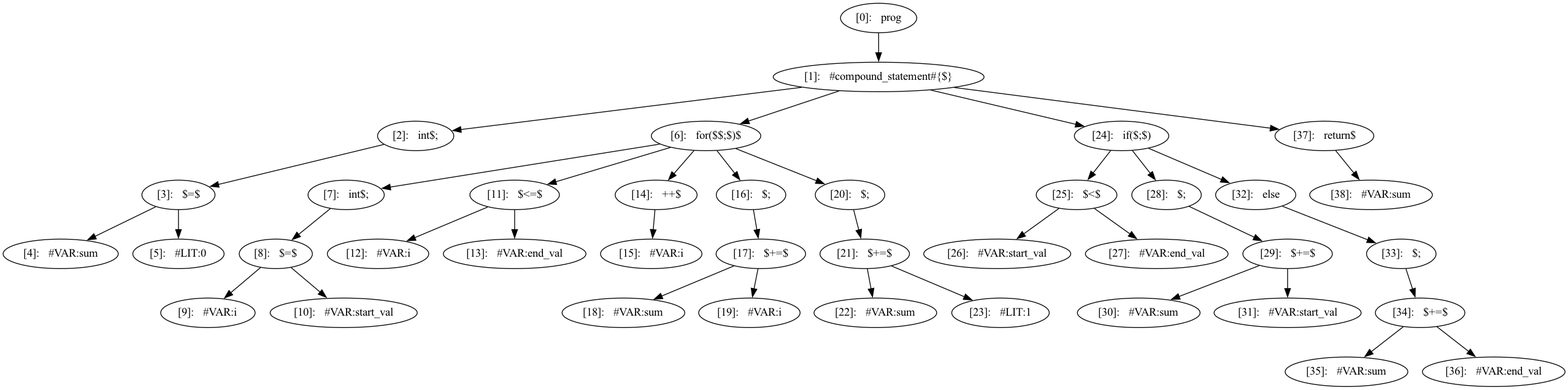
Earlier version of the Graphviz export cass.png (deryaerman/DIA-System-DS-Plagiarism-Checker-GIT). Its source is kept beside it as cass.dot. The source it was exported from:
```dot
digraph cass {
  node [shape=ellipse];
  n0 [label="[0]:   prog"];
  n1 [label="[1]:   #compound_statement#{$}"];
  n0 -> n1;
  n2 [label="[2]:   int$;"];
  n1 -> n2;
  n3 [label="[3]:   $=$"];
  n2 -> n3;
  n4 [label="[4]:   #VAR:sum"];
  n3 -> n4;
  n5 [label="[5]:   #LIT:0"];
  n3 -> n5;
  n6 [label="[6]:   for($$;$)$"];
  n1 -> n6;
  n7 [label="[7]:   int$;"];
  n6 -> n7;
  n8 [label="[8]:   $=$"];
  n7 -> n8;
  n9 [label="[9]:   #VAR:i"];
  n8 -> n9;
  n10 [label="[10]:   #VAR:start_val"];
  n8 -> n10;
  n11 [label="[11]:   $<=$"];
  n6 -> n11;
  n12 [label="[12]:   #VAR:i"];
  n11 -> n12;
  n13 [label="[13]:   #VAR:end_val"];
  n11 -> n13;
  n14 [label="[14]:   ++$"];
  n6 -> n14;
  n15 [label="[15]:   #VAR:i"];
  n14 -> n15;
  n16 [label="[16]:   $;"];
  n6 -> n16;
  n17 [label="[17]:   $+=$"];
  n16 -> n17;
  n18 [label="[18]:   #VAR:sum"];
  n17 -> n18;
  n19 [label="[19]:   #VAR:i"];
  n17 -> n19;
  n20 [label="[20]:   $;"];
  n6 -> n20;
  n21 [label="[21]:   $+=$"];
  n20 -> n21;
  n22 [label="[22]:   #VAR:sum"];
  n21 -> n22;
  n23 [label="[23]:   #LIT:1"];
  n21 -> n23;
  n24 [label="[24]:   if($;$)"];
  n1 -> n24;
  n25 [label="[25]:   $<$"];
  n24 -> n25;
  n26 [label="[26]:   #VAR:start_val"];
  n25 -> n26;
  n27 [label="[27]:   #VAR:end_val"];
  n25 -> n27;
  n28 [label="[28]:   $;"];
  n24 -> n28;
  n29 [label="[29]:   $+=$"];
  n28 -> n29;
  n30 [label="[30]:   #VAR:sum"];
  n29 -> n30;
  n31 [label="[31]:   #VAR:start_val"];
  n29 -> n31;
  n32 [label="[32]:   else"];
  n24 -> n32;
  n33 [label="[33]:   $;"];
  n32 -> n33;
  n34 [label="[34]:   $+=$"];
  n33 -> n34;
  n35 [label="[35]:   #VAR:sum"];
  n34 -> n35;
  n36 [label="[36]:   #VAR:end_val"];
  n34 -> n36;
  n37 [label="[37]:   return$"];
  n1 -> n37;
  n38 [label="[38]:   #VAR:sum"];
  n37 -> n38;
}
```
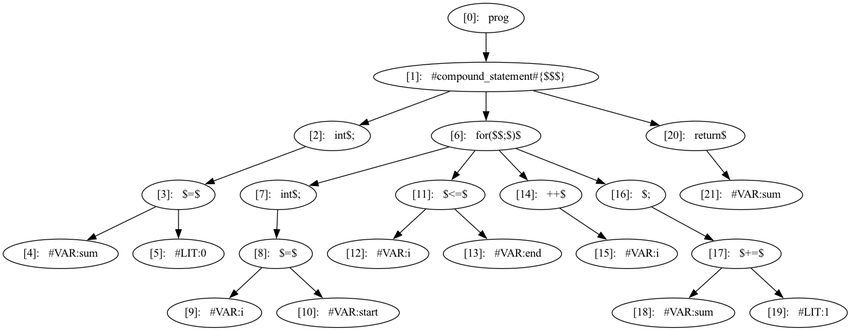
Above is the later version.

Commit message:
if else and addition/multiplication statements fixed

What changed in the source:
```diff
@@ -1,7 +1,7 @@
 digraph cass {
   node [shape=ellipse];
   n0 [label="[0]:   prog"];
-  n1 [label="[1]:   #compound_statement#{$}"];
+  n1 [label="[1]:   #compound_statement#{$$$}"];
   n0 -> n1;
   n2 [label="[2]:   int$;"];
   n1 -> n2;
@@ -19,13 +19,13 @@
   n7 -> n8;
   n9 [label="[9]:   #VAR:i"];
   n8 -> n9;
-  n10 [label="[10]:   #VAR:start_val"];
+  n10 [label="[10]:   #VAR:start"];
   n8 -> n10;
   n11 [label="[11]:   $<=$"];
   n6 -> n11;
   n12 [label="[12]:   #VAR:i"];
   n11 -> n12;
-  n13 [label="[13]:   #VAR:end_val"];
+  n13 [label="[13]:   #VAR:end"];
   n11 -> n13;
   n14 [label="[14]:   ++$"];
   n6 -> n14;
@@ -37,44 +37,10 @@
   n16 -> n17;
   n18 [label="[18]:   #VAR:sum"];
   n17 -> n18;
-  n19 [label="[19]:   #VAR:i"];
+  n19 [label="[19]:   #LIT:1"];
   n17 -> n19;
-  n20 [label="[20]:   $;"];
-  n6 -> n20;
-  n21 [label="[21]:   $+=$"];
+  n20 [label="[20]:   return$"];
+  n1 -> n20;
+  n21 [label="[21]:   #VAR:sum"];
   n20 -> n21;
-  n22 [label="[22]:   #VAR:sum"];
-  n21 -> n22;
-  n23 [label="[23]:   #LIT:1"];
-  n21 -> n23;
-  n24 [label="[24]:   if($;$)"];
-  n1 -> n24;
-  n25 [label="[25]:   $<$"];
-  n24 -> n25;
-  n26 [label="[26]:   #VAR:start_val"];
-  n25 -> n26;
-  n27 [label="[27]:   #VAR:end_val"];
-  n25 -> n27;
-  n28 [label="[28]:   $;"];
-  n24 -> n28;
-  n29 [label="[29]:   $+=$"];
-  n28 -> n29;
-  n30 [label="[30]:   #VAR:sum"];
-  n29 -> n30;
-  n31 [label="[31]:   #VAR:start_val"];
-  n29 -> n31;
-  n32 [label="[32]:   else"];
-  n24 -> n32;
-  n33 [label="[33]:   $;"];
-  n32 -> n33;
-  n34 [label="[34]:   $+=$"];
-  n33 -> n34;
-  n35 [label="[35]:   #VAR:sum"];
-  n34 -> n35;
-  n36 [label="[36]:   #VAR:end_val"];
-  n34 -> n36;
-  n37 [label="[37]:   return$"];
-  n1 -> n37;
-  n38 [label="[38]:   #VAR:sum"];
-  n37 -> n38;
 }
```
